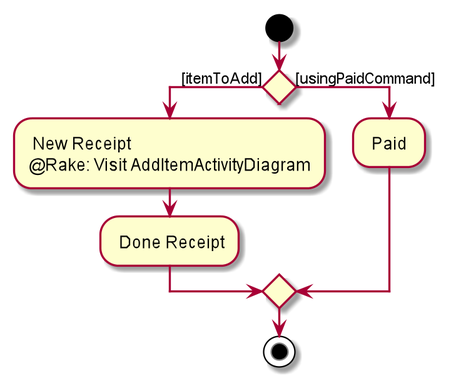
Before: docs/images/ExpenseSplitterActivityDiagramV2.png, a diagram exported from PlantUML (nus-cs2103-AY1920S2/addressbook-level3).
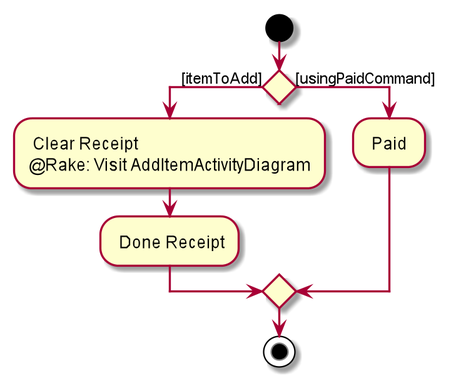
After the commit.

Diff of the diagram source:
```diff
@@ -2,7 +2,7 @@
 start
 
 if () then ([itemToAdd])
-    : New Receipt
+    : Clear Receipt
     @Rake: Visit AddItemActivityDiagram;
     : Done Receipt;
     else ([usingPaidCommand])
```
